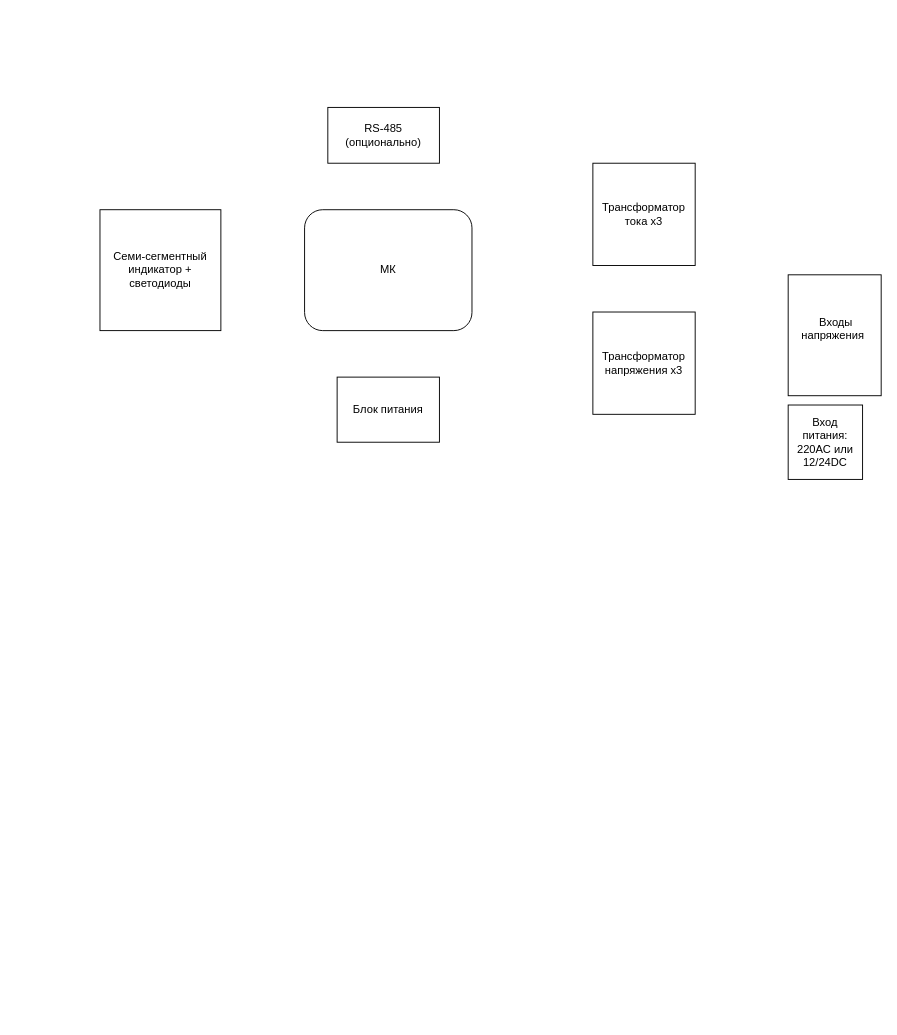
Earlier version of the draw.io diagram концептИзм.drawio (SokolovRV/draw). Source tidied: cells renumbered, new cells numbered last; positions are measured from the earlier drawing's top-left corner, leaving out a move shared by most shapes. Both pictures are drawn from the tidied source at 93%, with x=0, y=0 at pixel (100, 107).
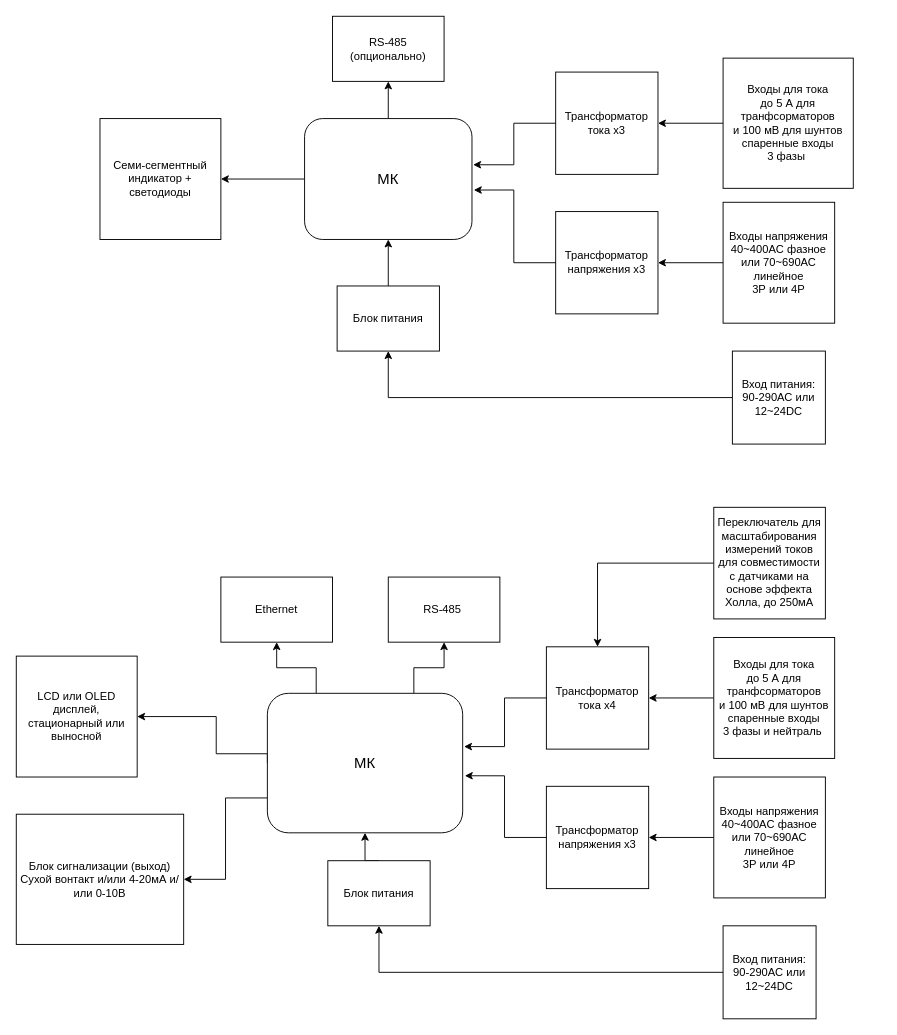
After the change.

The edit, as a diff of the source:
```diff
@@
+    <mxCell id="10" style="edgeStyle=orthogonalEdgeStyle;rounded=0;jettySize=auto;html=1;exitX=0;exitY=0.5;exitDx=0;exitDy=0;entryX=1;entryY=0.5;entryDx=0;entryDy=0;" parent="1" edge="1" source="2" target="8">
+      <mxGeometry relative="1" as="geometry" />
+    </mxCell>
+    <mxCell id="11" style="edgeStyle=orthogonalEdgeStyle;rounded=0;jettySize=auto;html=1;exitX=0.5;exitY=0;exitDx=0;exitDy=0;entryX=0.5;entryY=1;entryDx=0;entryDy=0;" parent="1" edge="1" source="2" target="5">
+      <mxGeometry relative="1" as="geometry" />
+    </mxCell>
-    <mxCell id="2" value="МК" style="rounded=1;whiteSpace=wrap;html=1;" parent="1" vertex="1">
-      <mxGeometry x="220" y="110" width="180" height="130" as="geometry" />
+    <mxCell id="2" value="&lt;font style=&quot;font-size: 16px;&quot;&gt;МК&lt;/font&gt;" style="rounded=1;whiteSpace=wrap;html=1;" parent="1" vertex="1">
+      <mxGeometry x="220" y="12" width="180" height="130" as="geometry" />
     </mxCell>
     <mxCell id="3" value="Трансформатор напряжения х3" style="whiteSpace=wrap;html=1;" parent="1" vertex="1">
-      <mxGeometry x="530" y="220" width="110" height="110" as="geometry" />
+      <mxGeometry x="490" y="112" width="110" height="110" as="geometry" />
     </mxCell>
     <mxCell id="4" value="Трансформатор тока х3" style="whiteSpace=wrap;html=1;" parent="1" vertex="1">
-      <mxGeometry x="530" y="60" width="110" height="110" as="geometry" />
+      <mxGeometry x="490" y="-38" width="110" height="110" as="geometry" />
     </mxCell>
     <mxCell id="5" value="RS-485 (опционально)" style="rounded=0;whiteSpace=wrap;html=1;" parent="1" vertex="1">
-      <mxGeometry x="245" width="120" height="60" as="geometry" />
+      <mxGeometry x="250" y="-98" width="120" height="70" as="geometry" />
     </mxCell>
+    <mxCell id="12" style="edgeStyle=orthogonalEdgeStyle;rounded=0;jettySize=auto;html=1;exitX=0.5;exitY=0;exitDx=0;exitDy=0;entryX=0.5;entryY=1;entryDx=0;entryDy=0;" parent="1" edge="1" source="6" target="2">
+      <mxGeometry relative="1" as="geometry" />
+    </mxCell>
     <mxCell id="6" value="Блок питания" style="rounded=0;whiteSpace=wrap;html=1;" parent="1" vertex="1">
-      <mxGeometry x="255" y="290" width="110" height="70" as="geometry" />
+      <mxGeometry x="255" y="192" width="110" height="70" as="geometry" />
     </mxCell>
+    <mxCell id="13" style="edgeStyle=orthogonalEdgeStyle;rounded=0;jettySize=auto;html=1;exitX=0;exitY=0.5;exitDx=0;exitDy=0;" parent="1" edge="1" source="7" target="3">
+      <mxGeometry relative="1" as="geometry" />
+    </mxCell>
-    <mxCell id="7" value="&amp;nbsp;Входы напряжения&amp;nbsp;&lt;div&gt;&lt;br/&gt;&lt;/div&gt;" style="rounded=0;whiteSpace=wrap;html=1;" parent="1" vertex="1">
-      <mxGeometry x="740" y="180" width="100" height="130" as="geometry" />
+    <mxCell id="7" value="&amp;nbsp;Входы напряжения&amp;nbsp;&lt;div&gt;40~400AC фазное или 70~690АС линейное&lt;/div&gt;&lt;div&gt;3Р или 4Р&lt;/div&gt;" style="rounded=0;whiteSpace=wrap;html=1;" parent="1" vertex="1">
+      <mxGeometry x="670" y="102" width="120" height="130" as="geometry" />
     </mxCell>
     <mxCell id="8" value="Семи-сегментный индикатор + светодиоды" style="rounded=0;whiteSpace=wrap;html=1;" parent="1" vertex="1">
-      <mxGeometry y="110" width="130" height="130" as="geometry" />
+      <mxGeometry y="12" width="130" height="130" as="geometry" />
     </mxCell>
+    <mxCell id="14" style="edgeStyle=orthogonalEdgeStyle;rounded=0;jettySize=auto;html=1;exitX=0;exitY=0.5;exitDx=0;exitDy=0;entryX=0.5;entryY=1;entryDx=0;entryDy=0;" parent="1" edge="1" source="9" target="6">
+      <mxGeometry relative="1" as="geometry" />
+    </mxCell>
-    <mxCell id="9" value="Вход питания: 220АС или 12/24DC" style="whiteSpace=wrap;html=1;" parent="1" vertex="1">
-      <mxGeometry x="740" y="320" width="80" height="80" as="geometry" />
+    <mxCell id="9" value="Вход питания: 90-290АС или 12~24DC" style="whiteSpace=wrap;html=1;" parent="1" vertex="1">
+      <mxGeometry x="680" y="262" width="100" height="100" as="geometry" />
     </mxCell>
+    <mxCell id="15" style="edgeStyle=orthogonalEdgeStyle;rounded=0;jettySize=auto;html=1;exitX=0;exitY=0.5;exitDx=0;exitDy=0;entryX=1;entryY=0.5;entryDx=0;entryDy=0;" parent="1" edge="1" source="16" target="4">
+      <mxGeometry relative="1" as="geometry" />
+    </mxCell>
+    <mxCell id="16" value="Входы для тока&lt;br&gt;до 5 А для транфсорматоров&lt;br&gt;и 100 мВ для шунтов&lt;br&gt;спаренные входы&lt;br&gt;3 фазы&amp;nbsp;" style="whiteSpace=wrap;html=1;" parent="1" vertex="1">
+      <mxGeometry x="670" y="-53" width="140" height="140" as="geometry" />
+    </mxCell>
+    <mxCell id="17" style="edgeStyle=orthogonalEdgeStyle;rounded=0;jettySize=auto;html=1;exitX=0;exitY=0.5;exitDx=0;exitDy=0;entryX=1.007;entryY=0.382;entryDx=0;entryDy=0;entryPerimeter=0;" parent="1" edge="1" source="4" target="2">
+      <mxGeometry relative="1" as="geometry" />
+    </mxCell>
+    <mxCell id="18" style="edgeStyle=orthogonalEdgeStyle;rounded=0;jettySize=auto;html=1;exitX=0;exitY=0.5;exitDx=0;exitDy=0;entryX=1.011;entryY=0.591;entryDx=0;entryDy=0;entryPerimeter=0;" parent="1" edge="1" source="3" target="2">
+      <mxGeometry relative="1" as="geometry" />
+    </mxCell>
+    <mxCell id="19" style="edgeStyle=orthogonalEdgeStyle;rounded=0;jettySize=auto;html=1;exitX=0;exitY=0.5;exitDx=0;exitDy=0;entryX=1;entryY=0.5;entryDx=0;entryDy=0;" parent="1" edge="1" source="23" target="31">
+      <mxGeometry relative="1" as="geometry">
+        <Array as="points">
+          <mxPoint x="125" y="695" />
+          <mxPoint x="125" y="655" />
+        </Array>
+      </mxGeometry>
+    </mxCell>
+    <mxCell id="20" style="edgeStyle=orthogonalEdgeStyle;rounded=0;jettySize=auto;html=1;exitX=0;exitY=0.75;exitDx=0;exitDy=0;entryX=1;entryY=0.5;entryDx=0;entryDy=0;" parent="1" edge="1" source="23" target="39">
+      <mxGeometry relative="1" as="geometry" />
+    </mxCell>
+    <mxCell id="21" style="edgeStyle=orthogonalEdgeStyle;rounded=0;jettySize=auto;html=1;exitX=0.25;exitY=0;exitDx=0;exitDy=0;entryX=0.5;entryY=1;entryDx=0;entryDy=0;" parent="1" edge="1" source="23" target="38">
+      <mxGeometry relative="1" as="geometry" />
+    </mxCell>
+    <mxCell id="22" style="edgeStyle=orthogonalEdgeStyle;rounded=0;jettySize=auto;html=1;exitX=0.75;exitY=0;exitDx=0;exitDy=0;entryX=0.5;entryY=1;entryDx=0;entryDy=0;" parent="1" edge="1" source="23" target="26">
+      <mxGeometry relative="1" as="geometry" />
+    </mxCell>
+    <mxCell id="23" value="&lt;font style=&quot;font-size: 16px;&quot;&gt;МК&lt;/font&gt;" style="rounded=1;whiteSpace=wrap;html=1;" parent="1" vertex="1">
+      <mxGeometry x="180" y="630" width="210" height="150" as="geometry" />
+    </mxCell>
+    <mxCell id="24" value="Трансформатор напряжения х3" style="whiteSpace=wrap;html=1;" parent="1" vertex="1">
+      <mxGeometry x="480" y="730" width="110" height="110" as="geometry" />
+    </mxCell>
+    <mxCell id="25" value="Трансформатор тока х4" style="whiteSpace=wrap;html=1;" parent="1" vertex="1">
+      <mxGeometry x="480" y="580" width="110" height="110" as="geometry" />
+    </mxCell>
+    <mxCell id="26" value="RS-485&amp;nbsp;" style="rounded=0;whiteSpace=wrap;html=1;" parent="1" vertex="1">
+      <mxGeometry x="310" y="505" width="120" height="70" as="geometry" />
+    </mxCell>
+    <mxCell id="27" style="edgeStyle=orthogonalEdgeStyle;rounded=0;jettySize=auto;html=1;exitX=0.5;exitY=0;exitDx=0;exitDy=0;entryX=0.5;entryY=1;entryDx=0;entryDy=0;" parent="1" edge="1" source="28" target="23">
+      <mxGeometry relative="1" as="geometry" />
+    </mxCell>
+    <mxCell id="28" value="Блок питания" style="rounded=0;whiteSpace=wrap;html=1;" parent="1" vertex="1">
+      <mxGeometry x="245" y="810" width="110" height="70" as="geometry" />
+    </mxCell>
+    <mxCell id="29" style="edgeStyle=orthogonalEdgeStyle;rounded=0;jettySize=auto;html=1;exitX=0;exitY=0.5;exitDx=0;exitDy=0;" parent="1" edge="1" source="30" target="24">
+      <mxGeometry relative="1" as="geometry" />
+    </mxCell>
+    <mxCell id="30" value="&amp;nbsp;Входы напряжения&amp;nbsp;&lt;div&gt;40~400AC фазное или 70~690АС линейное&lt;/div&gt;&lt;div&gt;3Р или 4Р&lt;/div&gt;" style="rounded=0;whiteSpace=wrap;html=1;" parent="1" vertex="1">
+      <mxGeometry x="660" y="720" width="120" height="130" as="geometry" />
+    </mxCell>
+    <mxCell id="31" value="LCD или OLED дисплей, стационарный или выносной" style="rounded=0;whiteSpace=wrap;html=1;" parent="1" vertex="1">
+      <mxGeometry x="-90" y="590" width="130" height="130" as="geometry" />
+    </mxCell>
+    <mxCell id="32" style="edgeStyle=orthogonalEdgeStyle;rounded=0;jettySize=auto;html=1;exitX=0;exitY=0.5;exitDx=0;exitDy=0;entryX=0.5;entryY=1;entryDx=0;entryDy=0;" parent="1" edge="1" source="33" target="28">
+      <mxGeometry relative="1" as="geometry" />
+    </mxCell>
+    <mxCell id="33" value="Вход питания: 90-290АС или 12~24DC" style="whiteSpace=wrap;html=1;" parent="1" vertex="1">
+      <mxGeometry x="670" y="880" width="100" height="100" as="geometry" />
+    </mxCell>
+    <mxCell id="34" style="edgeStyle=orthogonalEdgeStyle;rounded=0;jettySize=auto;html=1;exitX=0;exitY=0.5;exitDx=0;exitDy=0;entryX=1;entryY=0.5;entryDx=0;entryDy=0;" parent="1" edge="1" source="35" target="25">
+      <mxGeometry relative="1" as="geometry" />
+    </mxCell>
+    <mxCell id="35" value="Входы для тока&lt;br&gt;до 5 А для транфсорматоров&lt;br&gt;и 100 мВ для шунтов&lt;br&gt;спаренные входы&lt;br&gt;3 фазы и нейтраль&amp;nbsp;" style="whiteSpace=wrap;html=1;" parent="1" vertex="1">
+      <mxGeometry x="660" y="570" width="130" height="130" as="geometry" />
+    </mxCell>
+    <mxCell id="36" style="edgeStyle=orthogonalEdgeStyle;rounded=0;jettySize=auto;html=1;exitX=0;exitY=0.5;exitDx=0;exitDy=0;entryX=1.007;entryY=0.382;entryDx=0;entryDy=0;entryPerimeter=0;" parent="1" edge="1" source="25" target="23">
+      <mxGeometry relative="1" as="geometry" />
+    </mxCell>
+    <mxCell id="37" style="edgeStyle=orthogonalEdgeStyle;rounded=0;jettySize=auto;html=1;exitX=0;exitY=0.5;exitDx=0;exitDy=0;entryX=1.011;entryY=0.591;entryDx=0;entryDy=0;entryPerimeter=0;" parent="1" edge="1" source="24" target="23">
+      <mxGeometry relative="1" as="geometry" />
+    </mxCell>
+    <mxCell id="38" value="Ethernet" style="rounded=0;whiteSpace=wrap;html=1;" parent="1" vertex="1">
+      <mxGeometry x="130" y="505" width="120" height="70" as="geometry" />
+    </mxCell>
+    <mxCell id="39" value="Блок сигнализации (выход)&lt;br&gt;Сухой вонтакт и/или 4-20мА и/или 0-10В" style="rounded=0;whiteSpace=wrap;html=1;" parent="1" vertex="1">
+      <mxGeometry x="-90" y="760" width="180" height="140" as="geometry" />
+    </mxCell>
+    <mxCell id="40" style="edgeStyle=orthogonalEdgeStyle;rounded=0;jettySize=auto;html=1;exitX=0;exitY=0.5;exitDx=0;exitDy=0;entryX=0.5;entryY=0;entryDx=0;entryDy=0;" parent="1" edge="1" source="41" target="25">
+      <mxGeometry relative="1" as="geometry" />
+    </mxCell>
+    <mxCell id="41" value="Переключатель для масштабирования измерений токов для совместимости с датчиками на основе эффекта Холла, до 250мА" style="whiteSpace=wrap;html=1;" parent="1" vertex="1">
+      <mxGeometry x="660" y="430" width="120" height="120" as="geometry" />
+    </mxCell>
```
